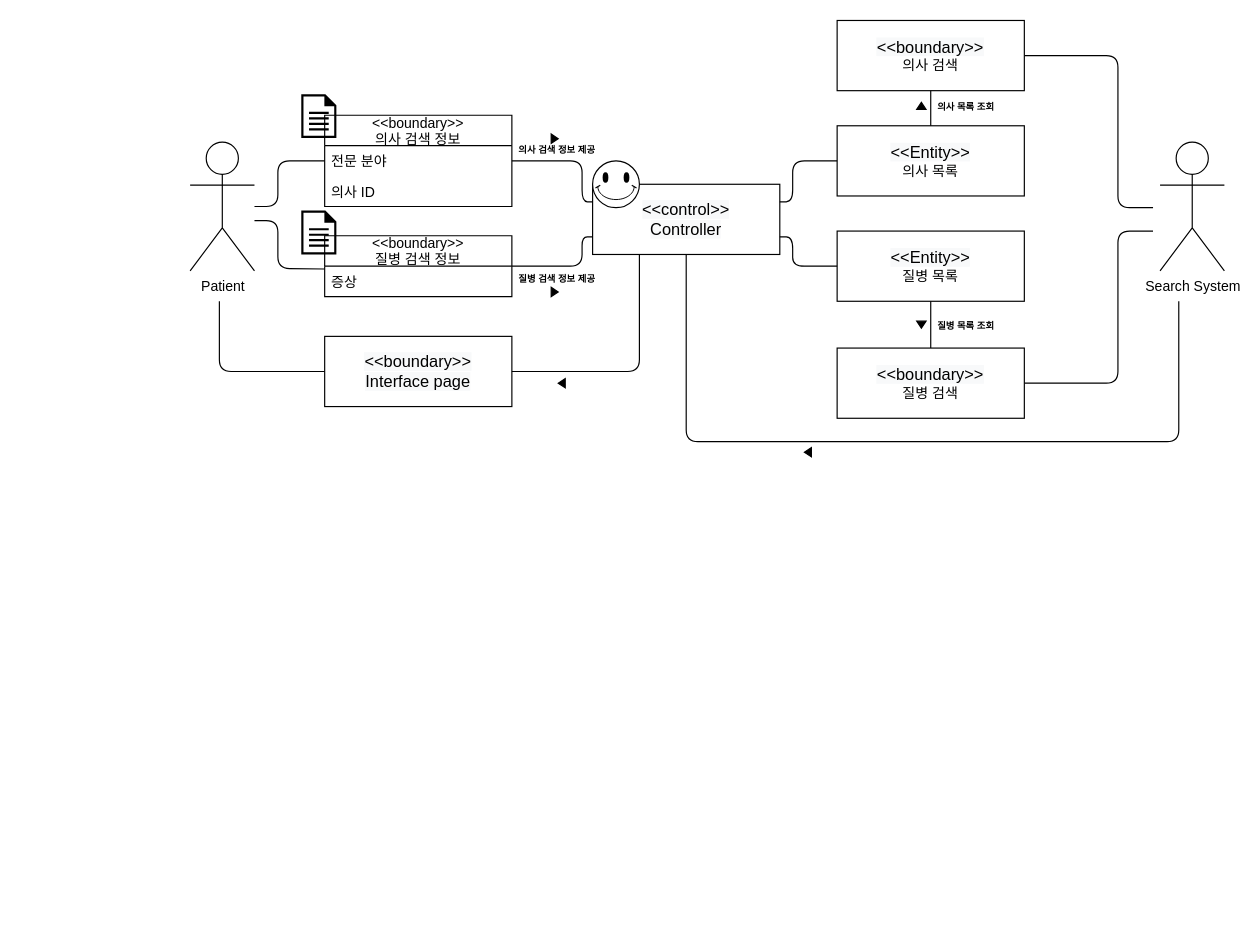
The draw.io diagram patient/02.domainmodel/domain_model-UC4.drawio in yhb1834/Smart-Health-Prediction-System, before the edit. Source tidied: cells renumbered, new cells numbered last; positions are measured from the earlier drawing's top-left corner, leaving out a move shared by most shapes. Both pictures are drawn from the tidied source at 117%, with x=0, y=0 at pixel (190, 20).
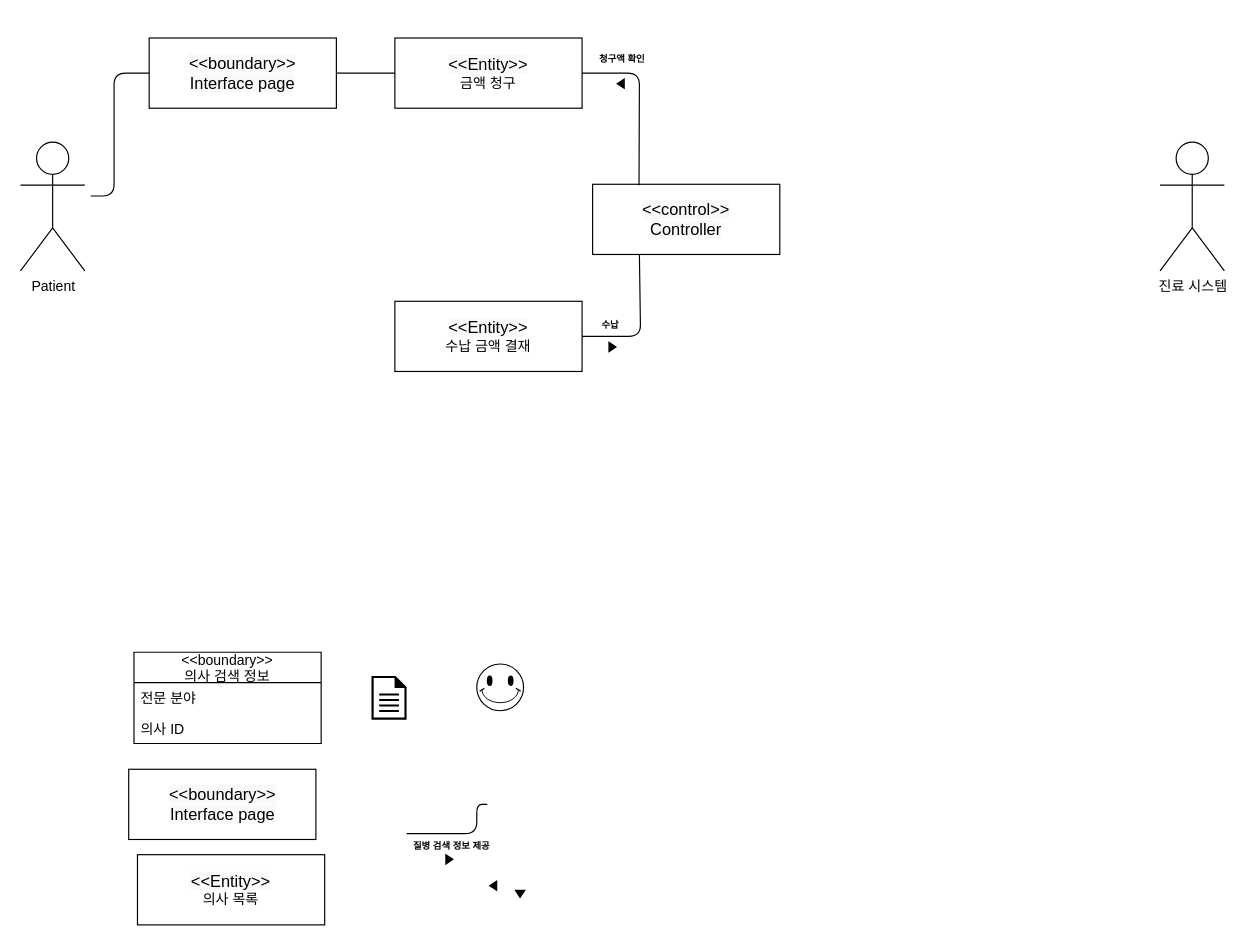
The same page after the edit.

The change refers to these unchanged cells:
```xml
<mxCell id="7" value="&#10;&#10;&lt;span style=&quot;color: rgb(0, 0, 0); font-family: helvetica; font-size: 14px; font-style: normal; font-weight: 400; letter-spacing: normal; text-align: center; text-indent: 0px; text-transform: none; word-spacing: 0px; background-color: rgb(248, 249, 250); display: inline; float: none;&quot;&gt;&amp;lt;&amp;lt;control&amp;gt;&amp;gt;&lt;/span&gt;&lt;br style=&quot;padding: 0px; margin: 0px; color: rgb(0, 0, 0); font-family: helvetica; font-size: 14px; font-style: normal; font-weight: 400; letter-spacing: normal; text-align: center; text-indent: 0px; text-transform: none; word-spacing: 0px; background-color: rgb(248, 249, 250);&quot;&gt;&lt;span style=&quot;color: rgb(0, 0, 0); font-family: helvetica; font-size: 14px; font-style: normal; font-weight: 400; letter-spacing: normal; text-align: center; text-indent: 0px; text-transform: none; word-spacing: 0px; background-color: rgb(248, 249, 250); display: inline; float: none;&quot;&gt;Controller&lt;/span&gt;&#10;&#10;" style="rounded=0;whiteSpace=wrap;html=1;" parent="1" vertex="1">
  <mxGeometry x="344" y="140" width="160" height="60" as="geometry" />
</mxCell>
```

What changed in the source:
```diff
@@
     <mxCell id="2" value="Patient" style="shape=umlActor;verticalLabelPosition=bottom;verticalAlign=top;html=1;" parent="1" vertex="1">
-      <mxGeometry y="104" width="55" height="110" as="geometry" />
+      <mxGeometry x="-145" y="104" width="55" height="110" as="geometry" />
     </mxCell>
-    <mxCell id="3" value="Search System" style="shape=umlActor;verticalLabelPosition=bottom;verticalAlign=top;html=1;" parent="1" vertex="1">
+    <mxCell id="3" value="진료 시스템" style="shape=umlActor;verticalLabelPosition=bottom;verticalAlign=top;html=1;" parent="1" vertex="1">
       <mxGeometry x="829" y="104" width="55" height="110" as="geometry" />
     </mxCell>
-    <mxCell id="4" style="endArrow=none;html=1;exitX=-0.001;exitY=0.092;exitDx=0;exitDy=0;exitPerimeter=0;" parent="1" edge="1" source="28">
-      <mxGeometry relative="1" as="geometry">
-        <mxPoint x="55" y="171" as="targetPoint" />
-        <Array as="points">
-          <mxPoint x="75" y="212" />
-          <mxPoint x="75" y="171" />
-        </Array>
-      </mxGeometry>
-    </mxCell>
-    <mxCell id="5" style="endArrow=none;html=1;exitX=1;exitY=0.5;exitDx=0;exitDy=0;" parent="1" edge="1" source="12">
-      <mxGeometry relative="1" as="geometry">
-        <mxPoint x="823" y="180" as="targetPoint" />
-        <Array as="points">
-          <mxPoint x="793" y="310" />
-          <mxPoint x="793" y="180" />
-        </Array>
-      </mxGeometry>
-    </mxCell>
-    <mxCell id="6" style="endArrow=none;html=1;exitX=1;exitY=0.5;exitDx=0;exitDy=0;" parent="1" edge="1" source="8">
-      <mxGeometry relative="1" as="geometry">
-        <mxPoint x="823" y="160" as="targetPoint" />
-        <Array as="points">
-          <mxPoint x="793" y="30" />
-          <mxPoint x="793" y="160" />
-        </Array>
-      </mxGeometry>
-    </mxCell>
@@
-    <mxCell id="8" value="&lt;span style=&quot;color: rgb(0 , 0 , 0) ; font-family: &amp;#34;helvetica&amp;#34; ; font-size: 14px ; font-style: normal ; font-weight: 400 ; letter-spacing: normal ; text-align: center ; text-indent: 0px ; text-transform: none ; word-spacing: 0px ; background-color: rgb(248 , 249 , 250) ; display: inline ; float: none&quot;&gt;&amp;lt;&amp;lt;boundary&amp;gt;&amp;gt;&lt;br&gt;&lt;/span&gt;의사 검색" style="rounded=0;whiteSpace=wrap;html=1;" parent="1" vertex="1">
-      <mxGeometry x="553" width="160" height="60" as="geometry" />
-    </mxCell>
-    <mxCell id="9" value="&lt;span style=&quot;color: rgb(0 , 0 , 0) ; font-family: &amp;#34;helvetica&amp;#34; ; font-size: 14px ; font-style: normal ; font-weight: 400 ; letter-spacing: normal ; text-align: center ; text-indent: 0px ; text-transform: none ; word-spacing: 0px ; background-color: rgb(248 , 249 , 250) ; display: inline ; float: none&quot;&gt;&amp;lt;&amp;lt;Entity&amp;gt;&amp;gt;&lt;br&gt;&lt;/span&gt;의사 목록" style="rounded=0;whiteSpace=wrap;html=1;" parent="1" vertex="1">
-      <mxGeometry x="553" y="90" width="160" height="60" as="geometry" />
-    </mxCell>
-    <mxCell id="10" value="&lt;span style=&quot;color: rgb(0 , 0 , 0) ; font-family: &amp;#34;helvetica&amp;#34; ; font-size: 14px ; font-style: normal ; font-weight: 400 ; letter-spacing: normal ; text-align: center ; text-indent: 0px ; text-transform: none ; word-spacing: 0px ; background-color: rgb(248 , 249 , 250) ; display: inline ; float: none&quot;&gt;&amp;lt;&amp;lt;Entity&amp;gt;&amp;gt;&lt;br&gt;&lt;/span&gt;질병 목록" style="rounded=0;whiteSpace=wrap;html=1;" parent="1" vertex="1">
-      <mxGeometry x="553" y="180" width="160" height="60" as="geometry" />
-    </mxCell>
-    <mxCell id="11" style="endArrow=none;html=1;exitX=0;exitY=0.5;exitDx=0;exitDy=0;" parent="1" edge="1">
-      <mxGeometry relative="1" as="geometry">
-        <mxPoint x="115" y="120" as="sourcePoint" />
-        <mxPoint x="55" y="159" as="targetPoint" />
-        <Array as="points">
-          <mxPoint x="75" y="120" />
-          <mxPoint x="75" y="159" />
-        </Array>
-      </mxGeometry>
-    </mxCell>
-    <mxCell id="12" value="&lt;span style=&quot;color: rgb(0 , 0 , 0) ; font-family: &amp;#34;helvetica&amp;#34; ; font-size: 14px ; font-style: normal ; font-weight: 400 ; letter-spacing: normal ; text-align: center ; text-indent: 0px ; text-transform: none ; word-spacing: 0px ; background-color: rgb(248 , 249 , 250) ; display: inline ; float: none&quot;&gt;&amp;lt;&amp;lt;boundary&amp;gt;&amp;gt;&lt;br&gt;&lt;/span&gt;질병 검색" style="rounded=0;whiteSpace=wrap;html=1;" parent="1" vertex="1">
-      <mxGeometry x="553" y="280" width="160" height="60" as="geometry" />
-    </mxCell>
-    <mxCell id="13" style="endArrow=none;html=1;entryX=0.5;entryY=1;entryDx=0;entryDy=0;" parent="1" edge="1" source="9" target="8">
-      <mxGeometry relative="1" as="geometry" />
-    </mxCell>
-    <mxCell id="14" style="endArrow=none;html=1;exitX=0.5;exitY=1;exitDx=0;exitDy=0;entryX=0.5;entryY=0;entryDx=0;entryDy=0;" parent="1" edge="1" source="10" target="12">
-      <mxGeometry relative="1" as="geometry" />
-    </mxCell>
-    <mxCell id="15" style="endArrow=none;html=1;exitX=1;exitY=0.5;exitDx=0;exitDy=0;entryX=0;entryY=0.25;entryDx=0;entryDy=0;" parent="1" edge="1" target="7">
-      <mxGeometry relative="1" as="geometry">
-        <mxPoint x="275" y="120" as="sourcePoint" />
-        <Array as="points">
-          <mxPoint x="335" y="120" />
-          <mxPoint x="335" y="155" />
-        </Array>
-      </mxGeometry>
-    </mxCell>
-    <mxCell id="16" style="endArrow=none;html=1;exitX=1;exitY=0.5;exitDx=0;exitDy=0;entryX=0;entryY=0.75;entryDx=0;entryDy=0;" parent="1" edge="1" target="7">
-      <mxGeometry relative="1" as="geometry">
-        <mxPoint x="275" y="210" as="sourcePoint" />
-        <Array as="points">
-          <mxPoint x="335" y="210" />
-          <mxPoint x="335" y="185" />
-        </Array>
-      </mxGeometry>
-    </mxCell>
-    <mxCell id="17" style="endArrow=none;html=1;exitX=1;exitY=0.25;exitDx=0;exitDy=0;entryX=0;entryY=0.5;entryDx=0;entryDy=0;" parent="1" edge="1" source="7" target="9">
-      <mxGeometry relative="1" as="geometry">
-        <Array as="points">
-          <mxPoint x="515" y="155" />
-          <mxPoint x="515" y="120" />
-        </Array>
-      </mxGeometry>
-    </mxCell>
-    <mxCell id="18" style="endArrow=none;html=1;exitX=1;exitY=0.75;exitDx=0;exitDy=0;entryX=0;entryY=0.5;entryDx=0;entryDy=0;" parent="1" edge="1" source="7" target="10">
-      <mxGeometry relative="1" as="geometry">
-        <Array as="points">
-          <mxPoint x="515" y="185" />
-          <mxPoint x="515" y="210" />
-        </Array>
-      </mxGeometry>
-    </mxCell>
-    <mxCell id="19" style="shadow=0;dashed=0;html=1;strokeColor=none;labelPosition=center;verticalLabelPosition=bottom;verticalAlign=top;align=center;fillColor=#000000;shape=mxgraph.mscae.enterprise.document;" parent="1" vertex="1">
-      <mxGeometry x="95" y="63" width="30" height="37.5" as="geometry" />
-    </mxCell>
-    <mxCell id="20" style="verticalLabelPosition=bottom;verticalAlign=top;html=1;shape=mxgraph.basic.smiley;" parent="1" vertex="1">
-      <mxGeometry x="344" y="120" width="40" height="40" as="geometry" />
-    </mxCell>
+    <mxCell id="41" value="&lt;span style=&quot;color: rgb(0 , 0 , 0) ; font-family: &amp;#34;helvetica&amp;#34; ; font-size: 14px ; font-style: normal ; font-weight: 400 ; letter-spacing: normal ; text-align: center ; text-indent: 0px ; text-transform: none ; word-spacing: 0px ; background-color: rgb(248 , 249 , 250) ; display: inline ; float: none&quot;&gt;&amp;lt;&amp;lt;boundary&amp;gt;&amp;gt;&lt;/span&gt;&lt;br style=&quot;padding: 0px ; margin: 0px ; color: rgb(0 , 0 , 0) ; font-family: &amp;#34;helvetica&amp;#34; ; font-size: 14px ; font-style: normal ; font-weight: 400 ; letter-spacing: normal ; text-align: center ; text-indent: 0px ; text-transform: none ; word-spacing: 0px ; background-color: rgb(248 , 249 , 250)&quot;&gt;&lt;span style=&quot;color: rgb(0 , 0 , 0) ; font-family: &amp;#34;helvetica&amp;#34; ; font-size: 14px ; font-style: normal ; font-weight: 400 ; letter-spacing: normal ; text-align: center ; text-indent: 0px ; text-transform: none ; word-spacing: 0px ; background-color: rgb(248 , 249 , 250) ; display: inline ; float: none&quot;&gt;Interface page&lt;/span&gt;" style="rounded=0;whiteSpace=wrap;html=1;" parent="1" vertex="1">
+      <mxGeometry x="-52.5" y="640" width="160" height="60" as="geometry" />
+    </mxCell>
+    <mxCell id="42" style="endArrow=none;html=1;exitX=1;exitY=0.5;exitDx=0;exitDy=0;entryX=0;entryY=0.75;entryDx=0;entryDy=0;" parent="1" edge="1">
+      <mxGeometry relative="1" as="geometry">
+        <mxPoint x="185" y="695" as="sourcePoint" />
+        <mxPoint x="254" y="670" as="targetPoint" />
+        <Array as="points">
+          <mxPoint x="245" y="695" />
+          <mxPoint x="245" y="670" />
+        </Array>
+      </mxGeometry>
+    </mxCell>
+    <mxCell id="25" value="질병 검색 정보 제공" style="text;strokeColor=none;fillColor=none;align=left;verticalAlign=top;spacingLeft=4;spacingRight=4;overflow=hidden;fontSize=8;fontStyle=1;" parent="1" vertex="1">
+      <mxGeometry x="185" y="695" width="80" height="20" as="geometry" />
+    </mxCell>
+    <mxCell id="43" style="triangle;whiteSpace=wrap;html=1;fontSize=8;strokeColor=#000000;fillColor=#000000;" parent="1" vertex="1">
+      <mxGeometry x="218.6" y="713" width="6" height="8" as="geometry" />
+    </mxCell>
     <mxCell id="21" value="&lt;&lt;boundary&gt;&gt;&#10;의사 검색 정보" style="swimlane;fontStyle=0;horizontal=1;startSize=26;fillColor=none;" parent="1" vertex="1">
-      <mxGeometry x="115" y="81" width="160" height="78" as="geometry" />
+      <mxGeometry x="-48" y="540" width="160" height="78" as="geometry" />
     </mxCell>
@@
-    <mxCell id="24" value="의사 검색 정보 제공" style="text;strokeColor=none;fillColor=none;align=left;verticalAlign=top;spacingLeft=4;spacingRight=4;overflow=hidden;fontSize=8;fontStyle=1;" parent="1" vertex="1">
-      <mxGeometry x="275" y="100" width="80" height="20" as="geometry" />
-    </mxCell>
-    <mxCell id="25" value="질병 검색 정보 제공" style="text;strokeColor=none;fillColor=none;align=left;verticalAlign=top;spacingLeft=4;spacingRight=4;overflow=hidden;fontSize=8;fontStyle=1;" parent="1" vertex="1">
-      <mxGeometry x="275" y="210" width="80" height="20" as="geometry" />
-    </mxCell>
-    <mxCell id="26" style="shadow=0;dashed=0;html=1;strokeColor=none;labelPosition=center;verticalLabelPosition=bottom;verticalAlign=top;align=center;fillColor=#000000;shape=mxgraph.mscae.enterprise.document;" parent="1" vertex="1">
-      <mxGeometry x="95" y="162.5" width="30" height="37.5" as="geometry" />
-    </mxCell>
-    <mxCell id="27" value="&lt;&lt;boundary&gt;&gt;&#10;질병 검색 정보" style="swimlane;fontStyle=0;horizontal=1;startSize=26;fillColor=none;" parent="1" vertex="1">
-      <mxGeometry x="115" y="184" width="160" height="52" as="geometry" />
-    </mxCell>
-    <mxCell id="28" value="증상" style="text;strokeColor=none;fillColor=none;align=left;verticalAlign=top;spacingLeft=4;spacingRight=4;overflow=hidden;points=[[0,0.5],[1,0.5]];portConstraint=eastwest;" parent="27" vertex="1">
-      <mxGeometry y="26" width="160" height="26" as="geometry" />
-    </mxCell>
-    <mxCell id="29" value="의사 목록 조회" style="text;strokeColor=none;fillColor=none;align=left;verticalAlign=top;spacingLeft=4;spacingRight=4;overflow=hidden;fontSize=8;fontStyle=1;" parent="1" vertex="1">
-      <mxGeometry x="633" y="63" width="80" height="20" as="geometry" />
-    </mxCell>
-    <mxCell id="30" value="질병 목록 조회" style="text;strokeColor=none;fillColor=none;align=left;verticalAlign=top;spacingLeft=4;spacingRight=4;overflow=hidden;fontSize=8;fontStyle=1;" parent="1" vertex="1">
-      <mxGeometry x="633" y="250" width="80" height="20" as="geometry" />
-    </mxCell>
-    <mxCell id="31" style="triangle;whiteSpace=wrap;html=1;fontSize=8;strokeColor=#000000;fillColor=#000000;" parent="1" vertex="1">
-      <mxGeometry x="308.6" y="97" width="6" height="8" as="geometry" />
-    </mxCell>
-    <mxCell id="32" style="triangle;whiteSpace=wrap;html=1;fontSize=8;strokeColor=#000000;fillColor=#000000;" parent="1" vertex="1">
-      <mxGeometry x="308.6" y="228" width="6" height="8" as="geometry" />
-    </mxCell>
-    <mxCell id="33" style="triangle;whiteSpace=wrap;html=1;fontSize=8;strokeColor=#000000;fillColor=#000000;rotation=-90;" parent="1" vertex="1">
-      <mxGeometry x="622" y="69" width="6" height="8" as="geometry" />
-    </mxCell>
-    <mxCell id="34" style="triangle;whiteSpace=wrap;html=1;fontSize=8;strokeColor=#000000;fillColor=#000000;rotation=90;" parent="1" vertex="1">
-      <mxGeometry x="622" y="256" width="6" height="8" as="geometry" />
-    </mxCell>
-    <mxCell id="35" value="&lt;span style=&quot;color: rgb(0 , 0 , 0) ; font-family: &amp;#34;helvetica&amp;#34; ; font-size: 14px ; font-style: normal ; font-weight: 400 ; letter-spacing: normal ; text-align: center ; text-indent: 0px ; text-transform: none ; word-spacing: 0px ; background-color: rgb(248 , 249 , 250) ; display: inline ; float: none&quot;&gt;&amp;lt;&amp;lt;boundary&amp;gt;&amp;gt;&lt;/span&gt;&lt;br style=&quot;padding: 0px ; margin: 0px ; color: rgb(0 , 0 , 0) ; font-family: &amp;#34;helvetica&amp;#34; ; font-size: 14px ; font-style: normal ; font-weight: 400 ; letter-spacing: normal ; text-align: center ; text-indent: 0px ; text-transform: none ; word-spacing: 0px ; background-color: rgb(248 , 249 , 250)&quot;&gt;&lt;span style=&quot;color: rgb(0 , 0 , 0) ; font-family: &amp;#34;helvetica&amp;#34; ; font-size: 14px ; font-style: normal ; font-weight: 400 ; letter-spacing: normal ; text-align: center ; text-indent: 0px ; text-transform: none ; word-spacing: 0px ; background-color: rgb(248 , 249 , 250) ; display: inline ; float: none&quot;&gt;Interface page&lt;/span&gt;" style="rounded=0;whiteSpace=wrap;html=1;" parent="1" vertex="1">
-      <mxGeometry x="115" y="270" width="160" height="60" as="geometry" />
-    </mxCell>
-    <mxCell id="36" style="endArrow=none;html=1;exitX=0.5;exitY=1;exitDx=0;exitDy=0;" parent="1" edge="1" source="7">
-      <mxGeometry relative="1" as="geometry">
-        <mxPoint x="845" y="240" as="targetPoint" />
-        <Array as="points">
-          <mxPoint x="424" y="360" />
-          <mxPoint x="845" y="360" />
-          <mxPoint x="845" y="280" />
-        </Array>
-      </mxGeometry>
-    </mxCell>
-    <mxCell id="37" style="endArrow=none;html=1;exitX=0;exitY=0.5;exitDx=0;exitDy=0;" parent="1" edge="1" source="35">
-      <mxGeometry relative="1" as="geometry">
-        <mxPoint x="25" y="240" as="targetPoint" />
-        <Array as="points">
-          <mxPoint x="25" y="300" />
-        </Array>
-      </mxGeometry>
-    </mxCell>
-    <mxCell id="38" style="triangle;whiteSpace=wrap;html=1;fontSize=8;strokeColor=#000000;fillColor=#000000;rotation=-180;" parent="1" vertex="1">
-      <mxGeometry x="525" y="365" width="6" height="8" as="geometry" />
-    </mxCell>
-    <mxCell id="39" style="endArrow=none;html=1;exitX=1;exitY=0.5;exitDx=0;exitDy=0;entryX=0.25;entryY=1;entryDx=0;entryDy=0;" parent="1" edge="1" source="35" target="7">
-      <mxGeometry relative="1" as="geometry">
-        <Array as="points">
-          <mxPoint x="384" y="300" />
-        </Array>
-      </mxGeometry>
-    </mxCell>
-    <mxCell id="40" style="triangle;whiteSpace=wrap;html=1;fontSize=8;strokeColor=#000000;fillColor=#000000;rotation=-180;" parent="1" vertex="1">
-      <mxGeometry x="314.6" y="306" width="6" height="8" as="geometry" />
-    </mxCell>
+    <mxCell id="44" style="shadow=0;dashed=0;html=1;strokeColor=none;labelPosition=center;verticalLabelPosition=bottom;verticalAlign=top;align=center;fillColor=#000000;shape=mxgraph.mscae.enterprise.document;" parent="1" vertex="1">
+      <mxGeometry x="155" y="560.2" width="30" height="37.5" as="geometry" />
+    </mxCell>
+    <mxCell id="45" style="verticalLabelPosition=bottom;verticalAlign=top;html=1;shape=mxgraph.basic.smiley;" parent="1" vertex="1">
+      <mxGeometry x="245" y="550" width="40" height="40" as="geometry" />
+    </mxCell>
+    <mxCell id="9" value="&lt;span style=&quot;color: rgb(0 , 0 , 0) ; font-family: &amp;#34;helvetica&amp;#34; ; font-size: 14px ; font-style: normal ; font-weight: 400 ; letter-spacing: normal ; text-align: center ; text-indent: 0px ; text-transform: none ; word-spacing: 0px ; background-color: rgb(248 , 249 , 250) ; display: inline ; float: none&quot;&gt;&amp;lt;&amp;lt;Entity&amp;gt;&amp;gt;&lt;br&gt;&lt;/span&gt;의사 목록" style="rounded=0;whiteSpace=wrap;html=1;" parent="1" vertex="1">
+      <mxGeometry x="-45" y="713" width="160" height="60" as="geometry" />
+    </mxCell>
+    <mxCell id="46" style="triangle;whiteSpace=wrap;html=1;fontSize=8;strokeColor=#000000;fillColor=#000000;rotation=90;" parent="1" vertex="1">
+      <mxGeometry x="279" y="742.5" width="6" height="8" as="geometry" />
+    </mxCell>
+    <mxCell id="47" style="triangle;whiteSpace=wrap;html=1;fontSize=8;strokeColor=#000000;fillColor=#000000;rotation=-180;" parent="1" vertex="1">
+      <mxGeometry x="256" y="735.5" width="6" height="8" as="geometry" />
+    </mxCell>
+    <mxCell id="48" value="&lt;span style=&quot;color: rgb(0 , 0 , 0) ; font-family: &amp;#34;helvetica&amp;#34; ; font-size: 14px ; font-style: normal ; font-weight: 400 ; letter-spacing: normal ; text-align: center ; text-indent: 0px ; text-transform: none ; word-spacing: 0px ; background-color: rgb(248 , 249 , 250) ; display: inline ; float: none&quot;&gt;&amp;lt;&amp;lt;Entity&amp;gt;&amp;gt;&lt;br&gt;&lt;/span&gt;금액 청구" style="rounded=0;whiteSpace=wrap;html=1;" parent="1" vertex="1">
+      <mxGeometry x="175" y="15" width="160" height="60" as="geometry" />
+    </mxCell>
+    <mxCell id="49" style="endArrow=none;html=1;exitX=1;exitY=0.5;exitDx=0;exitDy=0;entryX=0.248;entryY=0.013;entryDx=0;entryDy=0;entryPerimeter=0;" parent="1" edge="1" source="48" target="7">
+      <mxGeometry relative="1" as="geometry">
+        <Array as="points">
+          <mxPoint x="384" y="45" />
+        </Array>
+      </mxGeometry>
+    </mxCell>
+    <mxCell id="50" style="triangle;whiteSpace=wrap;html=1;fontSize=8;strokeColor=#000000;fillColor=#000000;rotation=-180;" parent="1" vertex="1">
+      <mxGeometry x="365" y="50" width="6" height="8" as="geometry" />
+    </mxCell>
+    <mxCell id="51" value="&lt;span style=&quot;color: rgb(0 , 0 , 0) ; font-family: &amp;#34;helvetica&amp;#34; ; font-size: 14px ; font-style: normal ; font-weight: 400 ; letter-spacing: normal ; text-align: center ; text-indent: 0px ; text-transform: none ; word-spacing: 0px ; background-color: rgb(248 , 249 , 250) ; display: inline ; float: none&quot;&gt;&amp;lt;&amp;lt;Entity&amp;gt;&amp;gt;&lt;br&gt;&lt;/span&gt;수납 금액 결재" style="rounded=0;whiteSpace=wrap;html=1;" parent="1" vertex="1">
+      <mxGeometry x="175" y="240" width="160" height="60" as="geometry" />
+    </mxCell>
+    <mxCell id="52" style="endArrow=none;html=1;exitX=1;exitY=0.5;exitDx=0;exitDy=0;entryX=0.25;entryY=1;entryDx=0;entryDy=0;" parent="1" edge="1" source="51" target="7">
+      <mxGeometry relative="1" as="geometry">
+        <Array as="points">
+          <mxPoint x="385" y="270" />
+        </Array>
+      </mxGeometry>
+    </mxCell>
+    <mxCell id="53" style="triangle;whiteSpace=wrap;html=1;fontSize=8;strokeColor=#000000;fillColor=#000000;" parent="1" vertex="1">
+      <mxGeometry x="358" y="275" width="6" height="8" as="geometry" />
+    </mxCell>
+    <mxCell id="54" value="수납" style="text;strokeColor=none;fillColor=none;align=left;verticalAlign=top;spacingLeft=4;spacingRight=4;overflow=hidden;fontSize=8;fontStyle=1;" parent="1" vertex="1">
+      <mxGeometry x="346" y="249" width="31" height="20" as="geometry" />
+    </mxCell>
+    <mxCell id="55" value="청구액 확인" style="text;strokeColor=none;fillColor=none;align=left;verticalAlign=top;spacingLeft=4;spacingRight=4;overflow=hidden;fontSize=8;fontStyle=1;" parent="1" vertex="1">
+      <mxGeometry x="344" y="22" width="53" height="20" as="geometry" />
+    </mxCell>
+    <mxCell id="56" value="&lt;span style=&quot;color: rgb(0 , 0 , 0) ; font-family: &amp;#34;helvetica&amp;#34; ; font-size: 14px ; font-style: normal ; font-weight: 400 ; letter-spacing: normal ; text-align: center ; text-indent: 0px ; text-transform: none ; word-spacing: 0px ; background-color: rgb(248 , 249 , 250) ; display: inline ; float: none&quot;&gt;&amp;lt;&amp;lt;boundary&amp;gt;&amp;gt;&lt;/span&gt;&lt;br style=&quot;padding: 0px ; margin: 0px ; color: rgb(0 , 0 , 0) ; font-family: &amp;#34;helvetica&amp;#34; ; font-size: 14px ; font-style: normal ; font-weight: 400 ; letter-spacing: normal ; text-align: center ; text-indent: 0px ; text-transform: none ; word-spacing: 0px ; background-color: rgb(248 , 249 , 250)&quot;&gt;&lt;span style=&quot;color: rgb(0 , 0 , 0) ; font-family: &amp;#34;helvetica&amp;#34; ; font-size: 14px ; font-style: normal ; font-weight: 400 ; letter-spacing: normal ; text-align: center ; text-indent: 0px ; text-transform: none ; word-spacing: 0px ; background-color: rgb(248 , 249 , 250) ; display: inline ; float: none&quot;&gt;Interface page&lt;/span&gt;" style="rounded=0;whiteSpace=wrap;html=1;" parent="1" vertex="1">
+      <mxGeometry x="-35" y="15" width="160" height="60" as="geometry" />
+    </mxCell>
+    <mxCell id="57" style="endArrow=none;html=1;exitX=1;exitY=0.5;exitDx=0;exitDy=0;entryX=0;entryY=0.5;entryDx=0;entryDy=0;" parent="1" edge="1" source="56" target="48">
+      <mxGeometry relative="1" as="geometry" />
+    </mxCell>
+    <mxCell id="58" style="endArrow=none;html=1;entryX=0;entryY=0.5;entryDx=0;entryDy=0;" parent="1" edge="1" target="56">
+      <mxGeometry relative="1" as="geometry">
+        <mxPoint x="-85" y="150" as="sourcePoint" />
+        <Array as="points">
+          <mxPoint x="-65" y="150" />
+          <mxPoint x="-65" y="45" />
+        </Array>
+      </mxGeometry>
+    </mxCell>
```
